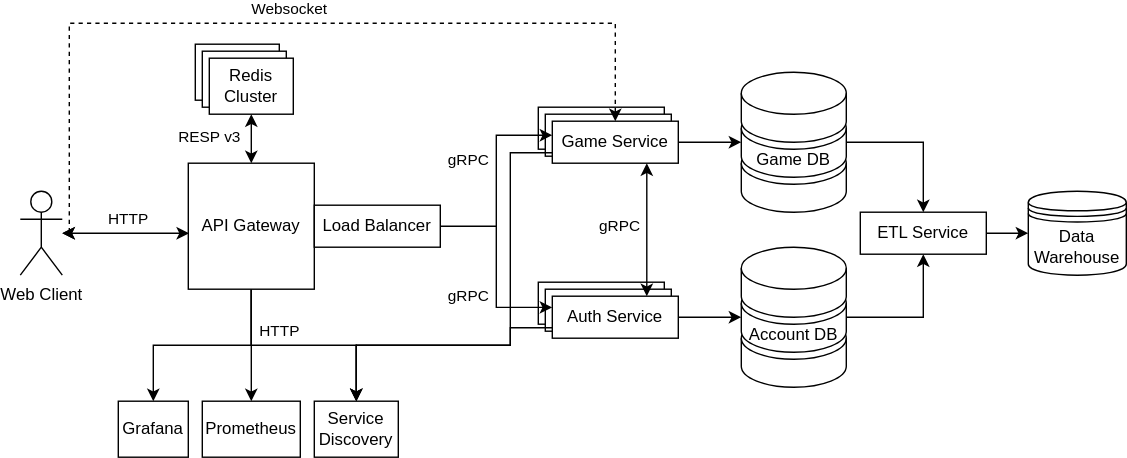
Before: Lab 2 - Logically Linked DBs/Service_Architecture.svg, a diagram exported from draw.io (RandomNick7/PAD-Labs). Source tidied: cells renumbered, new cells last; positions are measured from the earlier drawing's top-left corner, leaving out a move shared by most shapes.
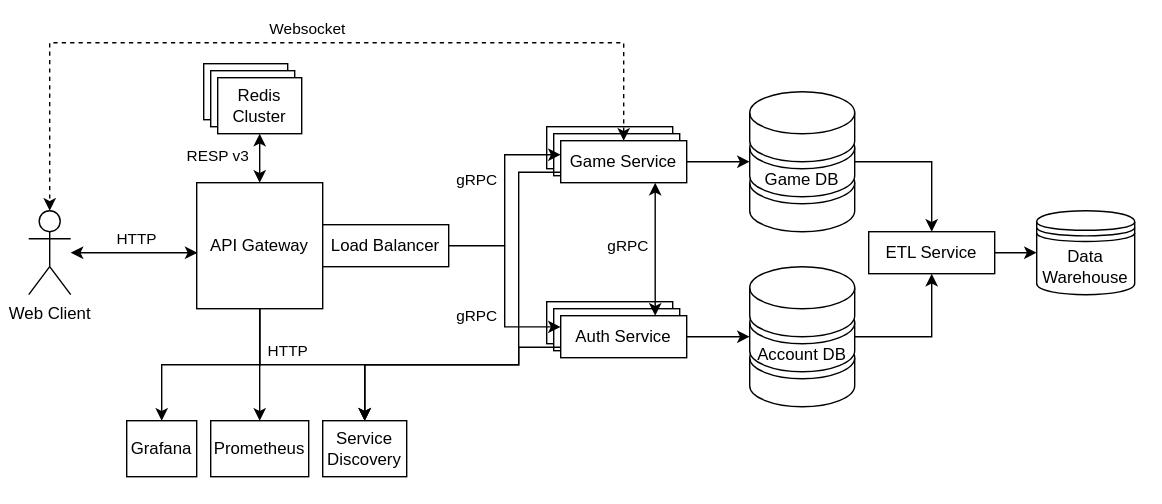
Later version of the same file.

Commit message:
Fix - Diagram background

Change to the diagram source:
```diff
@@ -2,6 +2,9 @@
   <root>
     <mxCell id="0" />
     <mxCell id="1" parent="0" />
+    <mxCell id="48" style="rounded=0;whiteSpace=wrap;html=1;strokeColor=none;" parent="1" vertex="1">
+      <mxGeometry x="-20" y="-30" width="830" height="360" as="geometry" />
+    </mxCell>
     <mxCell id="2" style="shape=cylinder3;whiteSpace=wrap;html=1;boundedLbl=1;backgroundOutline=1;size=15;" parent="1" vertex="1">
       <mxGeometry x="515" y="85" width="75" height="50" as="geometry" />
     </mxCell>
@@ -40,27 +43,27 @@
     <mxCell id="12" value="&lt;div&gt;API Gateway&lt;/div&gt;" style="whiteSpace=wrap;html=1;rounded=0;" parent="1" vertex="1">
       <mxGeometry x="120" y="100" width="90" height="90" as="geometry" />
     </mxCell>
-    <mxCell id="13" style="edgeStyle=orthogonalEdgeStyle;rounded=0;jettySize=auto;html=1;" parent="1" edge="1" target="19">
-      <mxGeometry relative="1" as="geometry">
-        <mxPoint x="340" y="145" as="sourcePoint" />
-        <Array as="points">
-          <mxPoint x="340" y="80" />
-        </Array>
-      </mxGeometry>
-    </mxCell>
-    <mxCell id="14" value="gRPC" style="edgeLabel;html=1;align=center;verticalAlign=middle;" parent="13" vertex="1">
-      <mxGeometry x="0.11" y="-2" relative="1" as="geometry">
-        <mxPoint x="-22" y="11" as="offset" />
-      </mxGeometry>
-    </mxCell>
+    <mxCell id="49" style="edgeStyle=orthogonalEdgeStyle;rounded=0;jettySize=auto;html=1;" parent="1" edge="1" target="19">
+      <mxGeometry relative="1" as="geometry">
+        <mxPoint x="340" y="145" as="sourcePoint" />
+        <Array as="points">
+          <mxPoint x="340" y="80" />
+        </Array>
+      </mxGeometry>
+    </mxCell>
+    <mxCell id="50" value="gRPC" style="edgeLabel;html=1;align=center;verticalAlign=middle;" parent="49" vertex="1">
+      <mxGeometry x="0.11" y="-2" relative="1" as="geometry">
+        <mxPoint x="-22" y="11" as="offset" />
+      </mxGeometry>
+    </mxCell>
     <mxCell id="15" value="Load Balancer" style="whiteSpace=wrap;html=1;rounded=0;" parent="1" vertex="1">
       <mxGeometry x="210" y="130" width="90" height="30" as="geometry" />
     </mxCell>
-    <mxCell id="16" style="edgeStyle=orthogonalEdgeStyle;rounded=0;jettySize=auto;html=1;exitX=0.5;exitY=0;exitDx=0;exitDy=0;dashed=1;startArrow=classic;startFill=1;" parent="1" edge="1" source="19" target="8">
+    <mxCell id="16" style="edgeStyle=orthogonalEdgeStyle;rounded=0;jettySize=auto;html=1;exitX=0.5;exitY=0;exitDx=0;exitDy=0;dashed=1;startArrow=classic;startFill=1;entryX=0.5;entryY=0;entryDx=0;entryDy=0;entryPerimeter=0;" parent="1" edge="1" source="19" target="8">
       <mxGeometry relative="1" as="geometry">
         <Array as="points">
           <mxPoint x="425" />
-          <mxPoint x="35" />
+          <mxPoint x="15" />
         </Array>
       </mxGeometry>
     </mxCell>
@@ -164,11 +167,11 @@
     <mxCell id="38" style="edgeStyle=orthogonalEdgeStyle;rounded=0;jettySize=auto;html=1;startArrow=classic;startFill=1;exitX=0.75;exitY=1;exitDx=0;exitDy=0;entryX=0.75;entryY=0;entryDx=0;entryDy=0;" parent="1" edge="1" source="19" target="32">
       <mxGeometry relative="1" as="geometry" />
     </mxCell>
-    <mxCell id="39" value="gRPC" style="edgeLabel;html=1;align=center;verticalAlign=middle;" parent="38" vertex="1">
-      <mxGeometry x="-0.04" y="1" relative="1" as="geometry">
-        <mxPoint x="-21" y="-1" as="offset" />
-      </mxGeometry>
-    </mxCell>
+    <mxCell id="51" value="gRPC" style="edgeLabel;html=1;align=center;verticalAlign=middle;" parent="38" vertex="1">
+      <mxGeometry x="-0.04" y="1" relative="1" as="geometry">
+        <mxPoint x="-21" y="-1" as="offset" />
+      </mxGeometry>
+    </mxCell>
     <mxCell id="40" value="&lt;div&gt;Data Warehouse&lt;/div&gt;" style="shape=datastore;whiteSpace=wrap;html=1;" parent="1" vertex="1">
       <mxGeometry x="720" y="120" width="70" height="60" as="geometry" />
     </mxCell>
```
